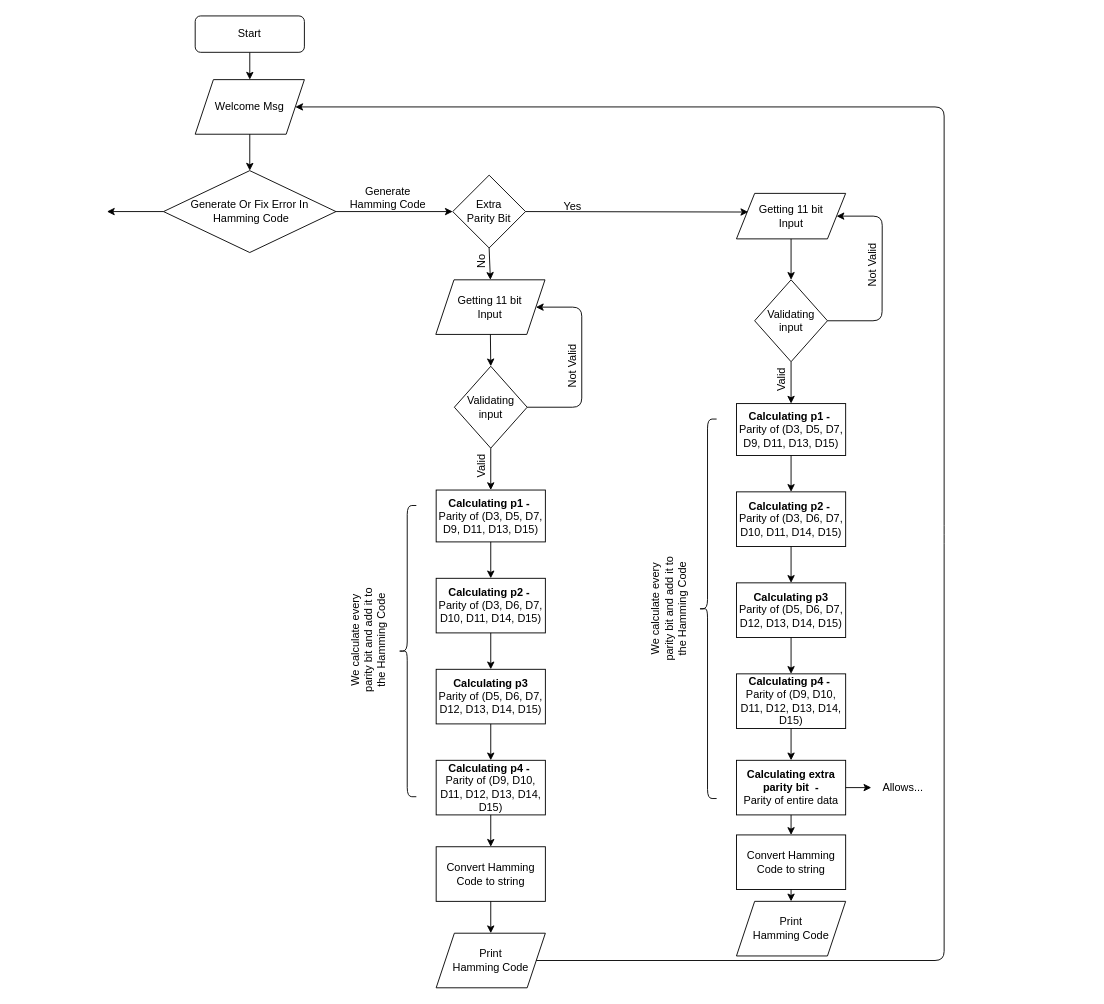
Bnux256/Hamming-Code-8086 keeps this draw.io diagram as Diagrams/Part1.drawio. Above is the earlier version. Source tidied: cells renumbered, new cells numbered last; positions are measured from the earlier drawing's top-left corner, leaving out a move shared by most shapes. Both pictures are drawn from the tidied source at 91%, with x=0, y=0 at pixel (106, 15).
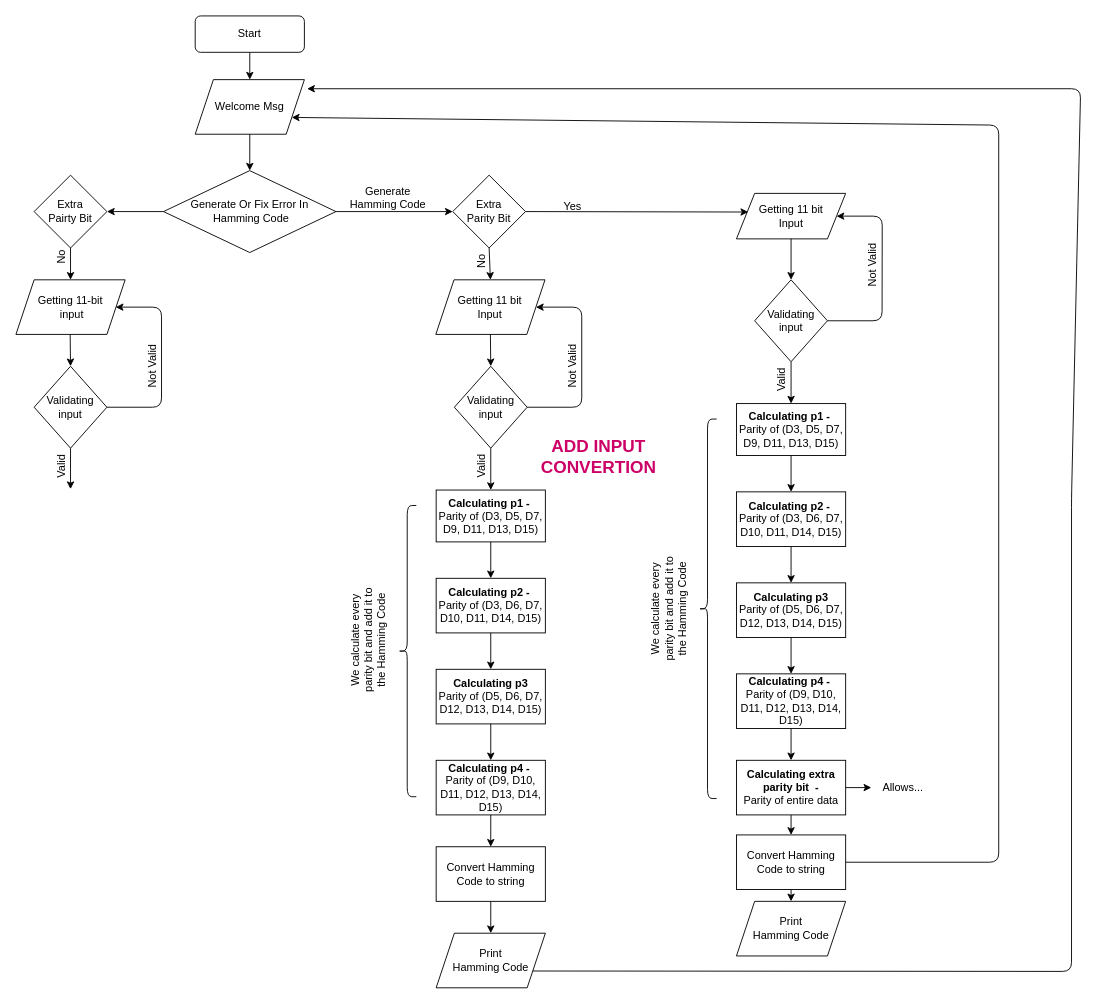
The same page after the edit.

The change refers to these unchanged cells:
```xml
<mxCell id="2" value="Welcome Msg" style="shape=parallelogram;perimeter=parallelogramPerimeter;whiteSpace=wrap;html=1;fixedSize=1;" parent="1" vertex="1">
  <mxGeometry x="97" y="70" width="120" height="60" as="geometry" />
</mxCell>
<mxCell id="22" value="Print &lt;br&gt;Hamming Code" style="shape=parallelogram;perimeter=parallelogramPerimeter;whiteSpace=wrap;html=1;fixedSize=1;" parent="1" vertex="1">
  <mxGeometry x="361.8" y="1008" width="120" height="60" as="geometry" />
</mxCell>
<mxCell id="58" value="Convert Hamming Code to string" style="rounded=0;whiteSpace=wrap;html=1;" parent="1" vertex="1">
  <mxGeometry x="691.8" y="900" width="120" height="60" as="geometry" />
</mxCell>
```

Diff of the diagram source:
```diff
@@
-    <mxCell id="28" style="endArrow=classic;html=1;exitX=1;exitY=0.5;exitDx=0;exitDy=0;entryX=1;entryY=0.5;entryDx=0;entryDy=0;" parent="1" edge="1" source="22" target="2">
+    <mxCell id="28" style="endArrow=classic;html=1;exitX=1;exitY=0.75;exitDx=0;exitDy=0;" parent="1" edge="1" source="22">
       <mxGeometry relative="1" as="geometry">
+        <mxPoint x="220" y="80" as="targetPoint" />
         <Array as="points">
-          <mxPoint x="920" y="1038" />
-          <mxPoint x="920" y="570" />
-          <mxPoint x="920" y="100" />
+          <mxPoint x="1060" y="1050" />
+          <mxPoint x="1060" y="530" />
+          <mxPoint x="1070" y="80" />
         </Array>
       </mxGeometry>
     </mxCell>
@@
+    <mxCell id="62" style="endArrow=classic;html=1;exitX=1;exitY=0.5;exitDx=0;exitDy=0;entryX=1;entryY=0.75;entryDx=0;entryDy=0;" parent="1" edge="1" source="58" target="2">
+      <mxGeometry relative="1" as="geometry">
+        <Array as="points">
+          <mxPoint x="980" y="930" />
+          <mxPoint x="980" y="120" />
+        </Array>
+      </mxGeometry>
+    </mxCell>
+    <mxCell id="63" value="Extra &lt;br&gt;Pairty Bit" style="rhombus;whiteSpace=wrap;html=1;" parent="1" vertex="1">
+      <mxGeometry x="-80" y="175" width="80" height="80" as="geometry" />
+    </mxCell>
+    <mxCell id="64" style="endArrow=classic;html=1;exitX=0.5;exitY=1;exitDx=0;exitDy=0;" parent="1" edge="1" source="63">
+      <mxGeometry relative="1" as="geometry">
+        <mxPoint x="-40" y="290" as="targetPoint" />
+      </mxGeometry>
+    </mxCell>
+    <mxCell id="65" value="No" style="text;html=1;strokeColor=none;fillColor=none;align=center;verticalAlign=middle;whiteSpace=wrap;rounded=0;rotation=-90;" parent="1" vertex="1">
+      <mxGeometry x="-70" y="255" width="40" height="20" as="geometry" />
+    </mxCell>
+    <mxCell id="66" value="Getting 11-bit&lt;br&gt;&amp;nbsp;input" style="shape=parallelogram;perimeter=parallelogramPerimeter;whiteSpace=wrap;html=1;fixedSize=1;" parent="1" vertex="1">
+      <mxGeometry x="-100" y="290" width="120" height="60" as="geometry" />
+    </mxCell>
+    <mxCell id="67" style="endArrow=classic;html=1;exitX=0.5;exitY=1;exitDx=0;exitDy=0;entryX=0.5;entryY=0;entryDx=0;entryDy=0;" parent="1" edge="1">
+      <mxGeometry relative="1" as="geometry">
+        <mxPoint x="-40.4" y="350" as="sourcePoint" />
+        <mxPoint x="-40" y="385" as="targetPoint" />
+      </mxGeometry>
+    </mxCell>
+    <mxCell id="68" value="&amp;nbsp;Validating&amp;nbsp;&lt;br&gt;input" style="rhombus;whiteSpace=wrap;html=1;" parent="1" vertex="1">
+      <mxGeometry x="-80" y="385" width="80" height="90" as="geometry" />
+    </mxCell>
+    <mxCell id="69" style="endArrow=classic;html=1;exitX=1;exitY=0.5;exitDx=0;exitDy=0;entryX=1;entryY=0.5;entryDx=0;entryDy=0;" parent="1" edge="1" source="68">
+      <mxGeometry relative="1" as="geometry">
+        <mxPoint x="9.6" y="320" as="targetPoint" />
+        <Array as="points">
+          <mxPoint x="60" y="430" />
+          <mxPoint x="60" y="320" />
+        </Array>
+      </mxGeometry>
+    </mxCell>
+    <mxCell id="70" value="Not Valid" style="text;html=1;strokeColor=none;fillColor=none;align=center;verticalAlign=middle;whiteSpace=wrap;rounded=0;rotation=-90;" parent="1" vertex="1">
+      <mxGeometry x="20" y="375" width="60" height="20" as="geometry" />
+    </mxCell>
+    <mxCell id="71" value="Valid" style="text;html=1;strokeColor=none;fillColor=none;align=center;verticalAlign=middle;whiteSpace=wrap;rounded=0;rotation=-90;" parent="1" vertex="1">
+      <mxGeometry x="-70" y="485" width="40" height="20" as="geometry" />
+    </mxCell>
+    <mxCell id="72" style="endArrow=classic;html=1;exitX=0.5;exitY=1;exitDx=0;exitDy=0;" parent="1" edge="1" source="68">
+      <mxGeometry relative="1" as="geometry">
+        <mxPoint x="-40" y="520" as="targetPoint" />
+      </mxGeometry>
+    </mxCell>
+    <mxCell id="73" value="&lt;font color=&quot;#cc0066&quot; size=&quot;1&quot;&gt;&lt;b style=&quot;font-size: 19px&quot;&gt;ADD INPUT CONVERTION&lt;/b&gt;&lt;/font&gt;" style="text;html=1;strokeColor=none;fillColor=none;align=center;verticalAlign=middle;whiteSpace=wrap;rounded=0;" parent="1" vertex="1">
+      <mxGeometry x="481.4" y="475" width="118.6" height="20" as="geometry" />
+    </mxCell>
```
